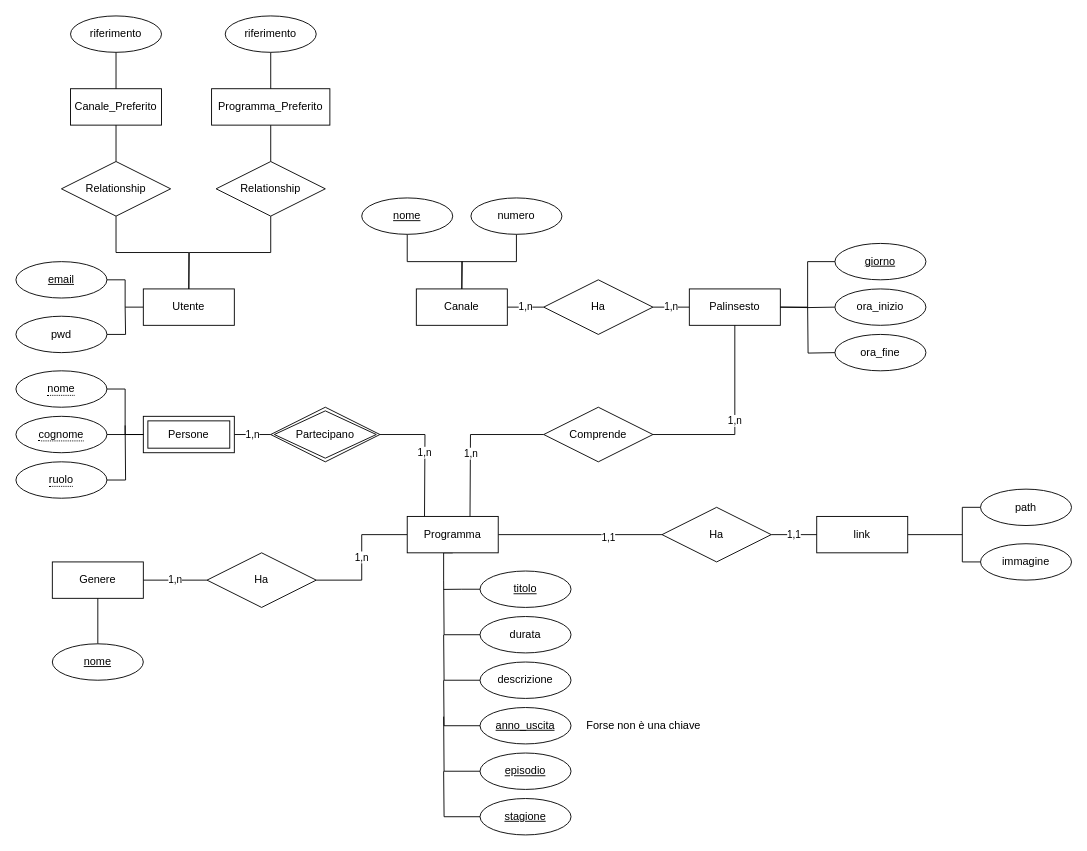
The draw.io diagram page "Secondo_Ristr" (4 of 4) of Diagramma/Er_GuidaTv.drawio in Caprielos/Lbd, before the edit. Source tidied: cells renumbered, new cells numbered last; positions are measured from the earlier drawing's top-left corner, leaving out a move shared by most shapes. Both pictures are drawn from the tidied source at 91%, with x=0, y=0 at pixel (15, 15).
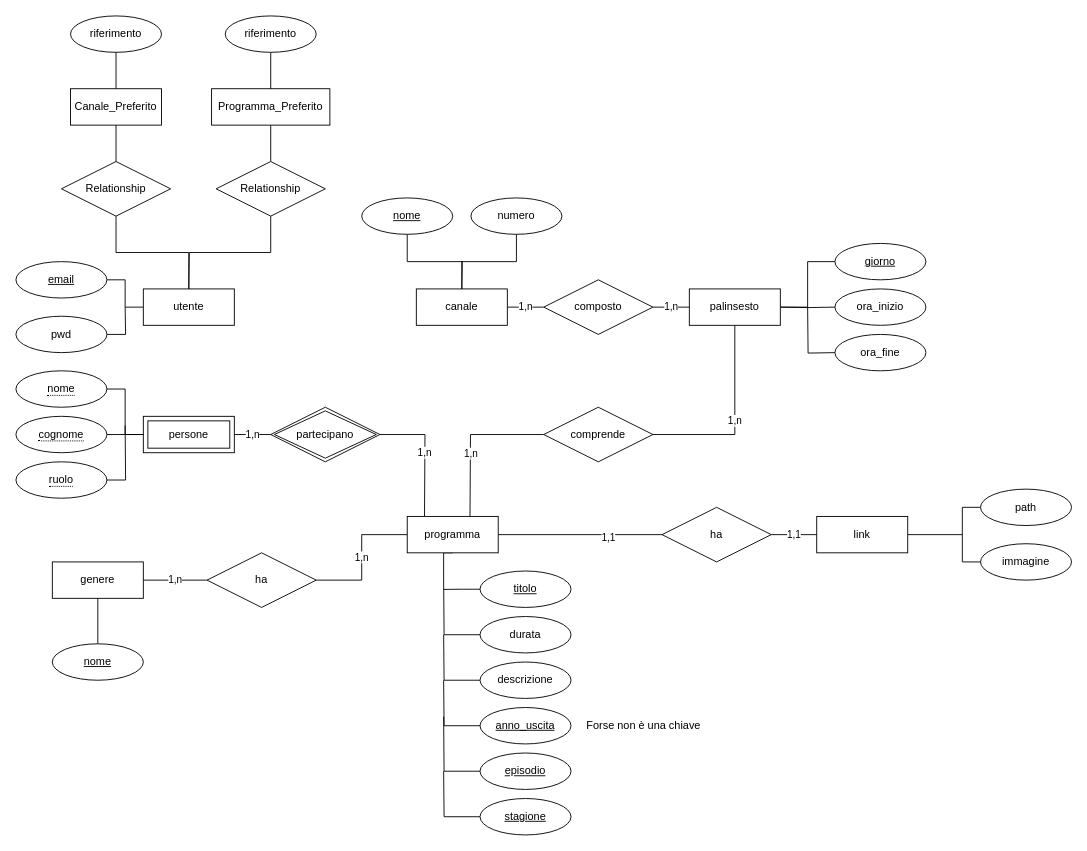
After the change.

Change to the diagram source:
```diff
@@
-    <mxCell id="3" value="Utente" style="whiteSpace=wrap;html=1;align=center;" parent="1" vertex="1">
+    <mxCell id="3" value="utente" style="whiteSpace=wrap;html=1;align=center;" parent="1" vertex="1">
       <mxGeometry x="140" y="300" width="100" height="40" as="geometry" />
     </mxCell>
@@
-    <mxCell id="5" value="Canale" style="whiteSpace=wrap;html=1;align=center;" parent="1" vertex="1">
+    <mxCell id="5" value="canale" style="whiteSpace=wrap;html=1;align=center;" parent="1" vertex="1">
       <mxGeometry x="440" y="300" width="100" height="40" as="geometry" />
     </mxCell>
@@
-    <mxCell id="7" value="Ha" style="shape=rhombus;perimeter=rhombusPerimeter;whiteSpace=wrap;html=1;align=center;" parent="1" vertex="1">
+    <mxCell id="7" value="composto" style="shape=rhombus;perimeter=rhombusPerimeter;whiteSpace=wrap;html=1;align=center;" parent="1" vertex="1">
       <mxGeometry x="580" y="290" width="120" height="60" as="geometry" />
     </mxCell>
-    <mxCell id="8" value="Palinsesto" style="whiteSpace=wrap;html=1;align=center;" parent="1" vertex="1">
+    <mxCell id="8" value="palinsesto" style="whiteSpace=wrap;html=1;align=center;" parent="1" vertex="1">
       <mxGeometry x="740" y="300" width="100" height="40" as="geometry" />
     </mxCell>
@@
-    <mxCell id="11" value="Comprende" style="shape=rhombus;perimeter=rhombusPerimeter;whiteSpace=wrap;html=1;align=center;" parent="1" vertex="1">
+    <mxCell id="11" value="comprende" style="shape=rhombus;perimeter=rhombusPerimeter;whiteSpace=wrap;html=1;align=center;" parent="1" vertex="1">
       <mxGeometry x="580" y="430" width="120" height="60" as="geometry" />
     </mxCell>
@@
-    <mxCell id="26" value="Partecipano" style="shape=rhombus;double=1;perimeter=rhombusPerimeter;whiteSpace=wrap;html=1;align=center;" parent="1" vertex="1">
+    <mxCell id="26" value="partecipano" style="shape=rhombus;double=1;perimeter=rhombusPerimeter;whiteSpace=wrap;html=1;align=center;" parent="1" vertex="1">
       <mxGeometry x="280" y="430" width="120" height="60" as="geometry" />
     </mxCell>
@@
-    <mxCell id="28" value="Persone" style="shape=ext;margin=3;double=1;whiteSpace=wrap;html=1;align=center;" parent="1" vertex="1">
+    <mxCell id="28" value="persone" style="shape=ext;margin=3;double=1;whiteSpace=wrap;html=1;align=center;" parent="1" vertex="1">
       <mxGeometry x="140" y="440" width="100" height="40" as="geometry" />
     </mxCell>
@@
-    <mxCell id="36" value="Ha" style="shape=rhombus;perimeter=rhombusPerimeter;whiteSpace=wrap;html=1;align=center;" parent="1" vertex="1">
+    <mxCell id="36" value="ha" style="shape=rhombus;perimeter=rhombusPerimeter;whiteSpace=wrap;html=1;align=center;" parent="1" vertex="1">
       <mxGeometry x="210" y="590" width="120" height="60" as="geometry" />
     </mxCell>
@@
-    <mxCell id="38" value="Genere" style="whiteSpace=wrap;html=1;align=center;" parent="1" vertex="1">
+    <mxCell id="38" value="genere" style="whiteSpace=wrap;html=1;align=center;" parent="1" vertex="1">
       <mxGeometry x="40" y="600" width="100" height="40" as="geometry" />
     </mxCell>
@@
-    <mxCell id="48" value="Programma" style="whiteSpace=wrap;html=1;align=center;" parent="1" vertex="1">
+    <mxCell id="48" value="programma" style="whiteSpace=wrap;html=1;align=center;" parent="1" vertex="1">
       <mxGeometry x="430" y="550" width="100" height="40" as="geometry" />
     </mxCell>
@@
-    <mxCell id="64" value="Ha" style="shape=rhombus;perimeter=rhombusPerimeter;whiteSpace=wrap;html=1;align=center;" parent="1" vertex="1">
+    <mxCell id="64" value="ha" style="shape=rhombus;perimeter=rhombusPerimeter;whiteSpace=wrap;html=1;align=center;" parent="1" vertex="1">
       <mxGeometry x="710" y="540" width="120" height="60" as="geometry" />
     </mxCell>
```
